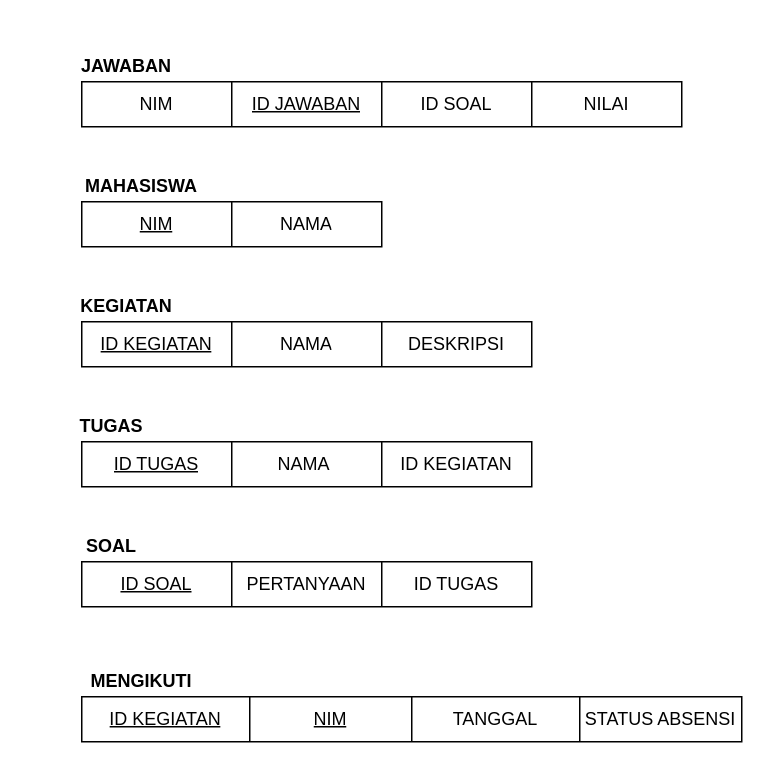
Above: Mapping ERD.drawio in faris-afk/SIMABA (draw.io), before the change. Source tidied: cells renumbered, new cells numbered last; positions are measured from the earlier drawing's top-left corner, leaving out a move shared by most shapes. Both pictures are drawn from the tidied source at 150%, with x=0, y=0 at pixel (81, 51).
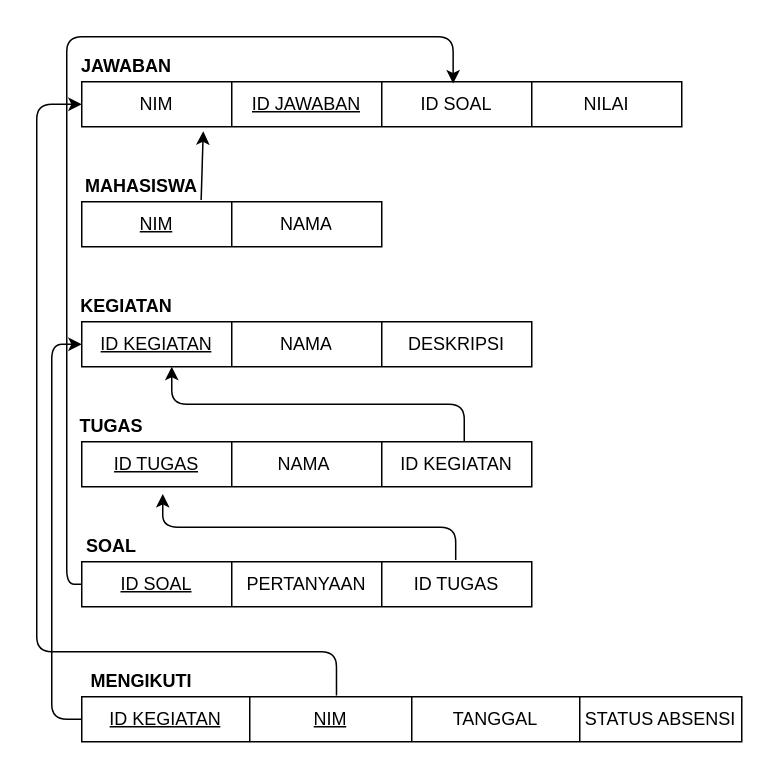
Above is the later version.

Unchanged cells that the change refers to:
```xml
<mxCell id="5" style="shape=partialRectangle;html=1;whiteSpace=wrap;fillColor=none;top=0;left=0;bottom=0;right=0;points=[[0,0.5],[1,0.5]];portConstraint=eastwest;" parent="4" vertex="1">
  <mxGeometry width="200" height="30" as="geometry" />
</mxCell>
<mxCell id="9" style="shape=partialRectangle;html=1;whiteSpace=wrap;fillColor=none;top=0;left=0;bottom=0;right=0;points=[[0,0.5],[1,0.5]];portConstraint=eastwest;" parent="8" vertex="1">
  <mxGeometry width="400" height="30" as="geometry" />
</mxCell>
<mxCell id="15" style="shape=partialRectangle;html=1;whiteSpace=wrap;fillColor=none;top=0;left=0;bottom=0;right=0;points=[[0,0.5],[1,0.5]];portConstraint=eastwest;" parent="14" vertex="1">
  <mxGeometry width="300" height="30" as="geometry" />
</mxCell>
<mxCell id="20" style="shape=partialRectangle;html=1;whiteSpace=wrap;fillColor=none;top=0;left=0;bottom=0;right=0;points=[[0,0.5],[1,0.5]];portConstraint=eastwest;" parent="19" vertex="1">
  <mxGeometry width="300" height="30" as="geometry" />
</mxCell>
<mxCell id="25" style="shape=partialRectangle;html=1;whiteSpace=wrap;fillColor=none;top=0;left=0;bottom=0;right=0;points=[[0,0.5],[1,0.5]];portConstraint=eastwest;" parent="24" vertex="1">
  <mxGeometry width="300" height="30" as="geometry" />
</mxCell>
<mxCell id="33" style="shape=partialRectangle;html=1;whiteSpace=wrap;fillColor=none;top=0;left=0;bottom=0;right=0;points=[[0,0.5],[1,0.5]];portConstraint=eastwest;" parent="32" vertex="1">
  <mxGeometry width="440" height="30" as="geometry" />
</mxCell>
```

The edit, as a diff of the source:
```diff
@@
+    <mxCell id="39" style="edgeStyle=segmentEdgeStyle;endArrow=classic;html=1;entryX=0;entryY=0.5;entryDx=0;entryDy=0;exitX=0;exitY=0.5;exitDx=0;exitDy=0;" parent="1" edge="1" source="33" target="15">
+      <mxGeometry relative="1" as="geometry">
+        <Array as="points">
+          <mxPoint x="-20" y="445" />
+          <mxPoint x="-20" y="195" />
+        </Array>
+      </mxGeometry>
+    </mxCell>
+    <mxCell id="40" style="edgeStyle=segmentEdgeStyle;endArrow=classic;html=1;exitX=0.386;exitY=-0.027;exitDx=0;exitDy=0;exitPerimeter=0;entryX=0;entryY=0.5;entryDx=0;entryDy=0;" parent="1" edge="1" source="33" target="9">
+      <mxGeometry relative="1" as="geometry">
+        <Array as="points">
+          <mxPoint x="170" y="400" />
+          <mxPoint x="-30" y="400" />
+          <mxPoint x="-30" y="35" />
+        </Array>
+      </mxGeometry>
+    </mxCell>
+    <mxCell id="41" style="edgeStyle=elbowEdgeStyle;elbow=vertical;endArrow=classic;html=1;exitX=0.831;exitY=-0.04;exitDx=0;exitDy=0;exitPerimeter=0;entryX=0.18;entryY=1.16;entryDx=0;entryDy=0;entryPerimeter=0;" parent="1" edge="1" source="25" target="20">
+      <mxGeometry relative="1" as="geometry" />
+    </mxCell>
+    <mxCell id="42" style="edgeStyle=elbowEdgeStyle;elbow=vertical;endArrow=classic;html=1;entryX=0.18;entryY=1.16;entryDx=0;entryDy=0;entryPerimeter=0;" parent="1" edge="1">
+      <mxGeometry relative="1" as="geometry">
+        <mxPoint x="255" y="260" as="sourcePoint" />
+        <mxPoint x="60" y="210" as="targetPoint" />
+      </mxGeometry>
+    </mxCell>
+    <mxCell id="43" style="endArrow=classic;html=1;exitX=0.398;exitY=-0.04;exitDx=0;exitDy=0;exitPerimeter=0;" parent="1" edge="1" source="5">
+      <mxGeometry relative="1" as="geometry">
+        <mxPoint x="81" y="53" as="targetPoint" />
+      </mxGeometry>
+    </mxCell>
+    <mxCell id="44" style="edgeStyle=segmentEdgeStyle;endArrow=classic;html=1;exitX=0;exitY=0.5;exitDx=0;exitDy=0;entryX=0.619;entryY=0.04;entryDx=0;entryDy=0;entryPerimeter=0;" parent="1" edge="1" source="25" target="9">
+      <mxGeometry relative="1" as="geometry">
+        <Array as="points">
+          <mxPoint x="-10" y="355" />
+          <mxPoint x="-10" y="-10" />
+          <mxPoint x="248" y="-10" />
+        </Array>
+      </mxGeometry>
+    </mxCell>
```
